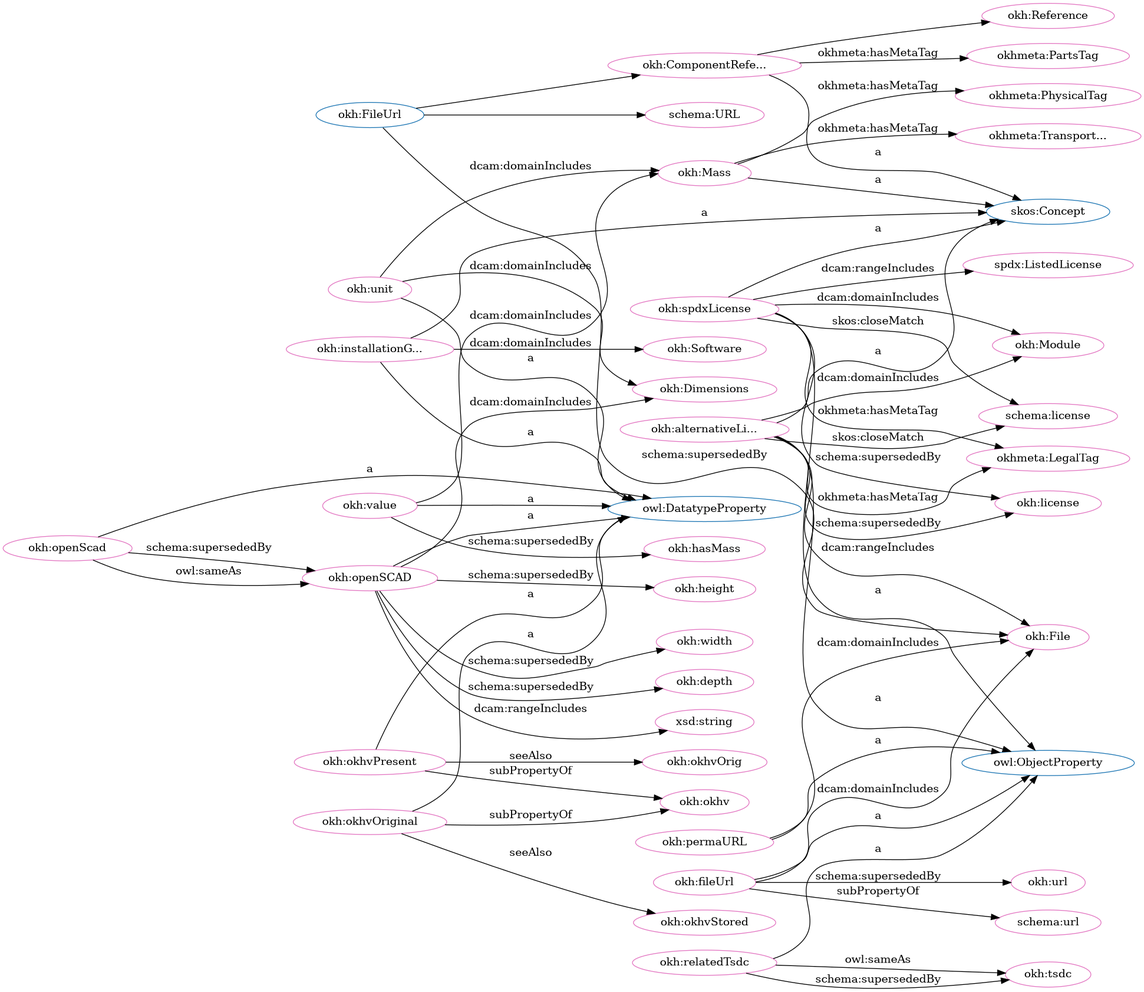
Earlier version of the Graphviz export src/spec/dot_okh_deprecated.png (iop-alliance/OpenKnowHow). Its source is kept beside it as src/spec/dot_okh_deprecated.dot.
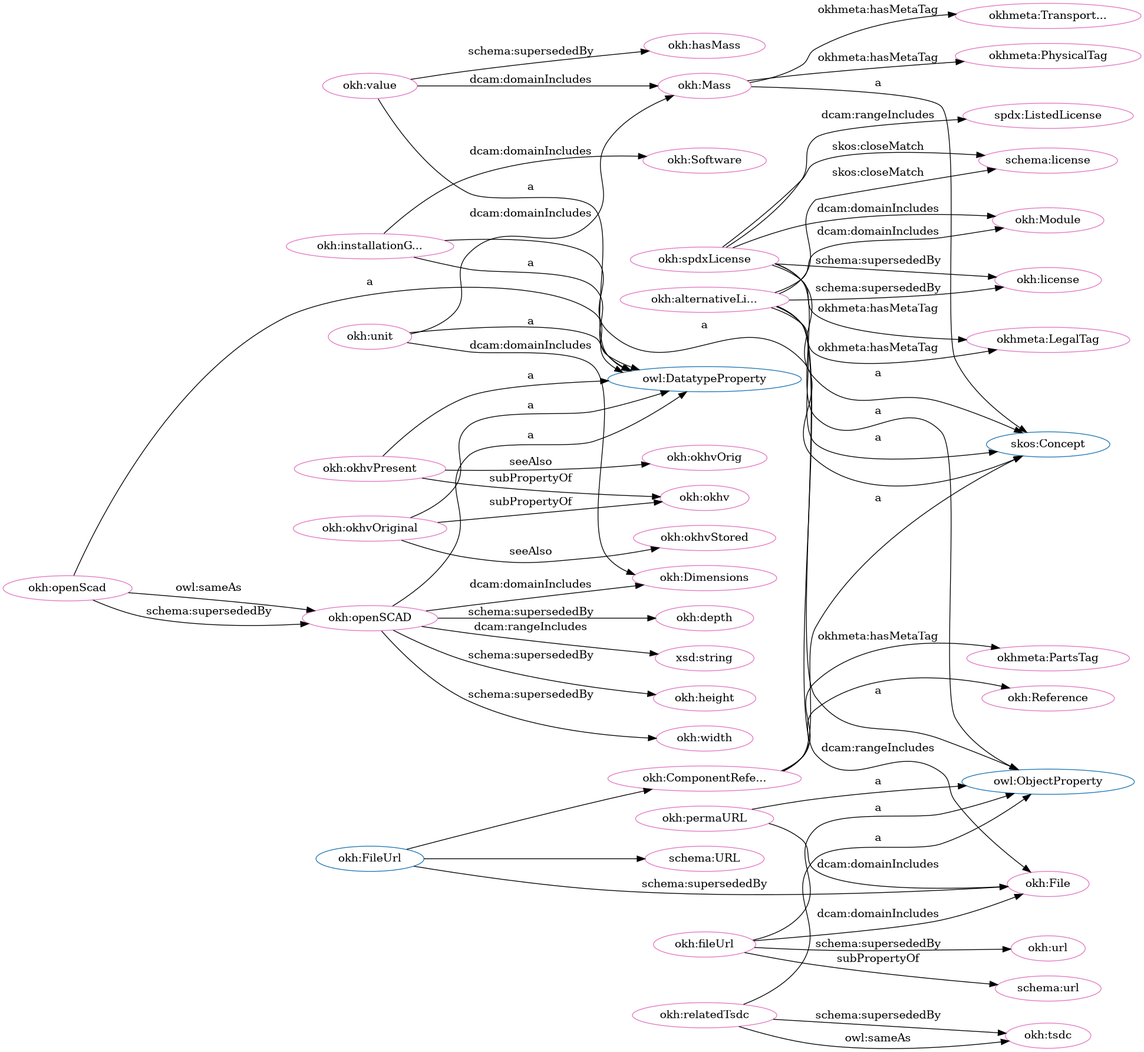
The same diagram one commit later.

What changed in the source:
```diff
@@ -1,106 +1,106 @@
 digraph G {
   rankdir=BT
   node[height=.3]
+"http://w3id.org/oseg/ont/okh#Reference" [fillcolor="#1f77b4" color="#1f77b4" label="okh:Reference"]
+"http://www.w3.org/2002/07/owl#ObjectProperty" [fillcolor="#1f77b4" color="#1f77b4" label="owl:ObjectProperty"]
+"http://schema.org/URL" [fillcolor="#1f77b4" color="#1f77b4" label="schema:URL"]
 "http://w3id.org/oseg/ont/okh#FileUrl" [fillcolor="#1f77b4" color="#1f77b4" label="okh:FileUrl"]
-"http://w3id.org/oseg/ont/okh#Reference" [fillcolor="#1f77b4" color="#1f77b4" label="okh:Reference"]
 "http://w3id.org/oseg/ont/okh#Mass" [fillcolor="#1f77b4" color="#1f77b4" label="okh:Mass"]
+"http://www.w3.org/2004/02/skos/core#Concept" [fillcolor="#1f77b4" color="#1f77b4" label="skos:Concept"]
+"http://www.w3.org/2002/07/owl#DatatypeProperty" [fillcolor="#1f77b4" color="#1f77b4" label="owl:DatatypeProperty"]
 "http://w3id.org/oseg/ont/okh#ComponentReference" [fillcolor="#1f77b4" color="#1f77b4" label="okh:ComponentRefe..."]
-"http://www.w3.org/2004/02/skos/core#Concept" [fillcolor="#1f77b4" color="#1f77b4" label="skos:Concept"]
-"http://schema.org/URL" [fillcolor="#1f77b4" color="#1f77b4" label="schema:URL"]
-"http://www.w3.org/2002/07/owl#ObjectProperty" [fillcolor="#1f77b4" color="#1f77b4" label="owl:ObjectProperty"]
-"http://www.w3.org/2002/07/owl#DatatypeProperty" [fillcolor="#1f77b4" color="#1f77b4" label="owl:DatatypeProperty"]
-"http://w3id.org/oseg/ont/okh#width" [fillcolor="#e377c2" color="#e377c2" label="okh:width"]
-"http://w3id.org/oseg/ont/okh#Mass" [fillcolor="#e377c2" color="#e377c2" label="okh:Mass"]
-"http://w3id.org/oseg/ont/okh#url" [fillcolor="#e377c2" color="#e377c2" label="okh:url"]
+"http://w3id.org/oseg/ont/okh#okhvPresent" [fillcolor="#e377c2" color="#e377c2" label="okh:okhvPresent"]
 "http://w3id.org/oseg/ont/okh#File" [fillcolor="#e377c2" color="#e377c2" label="okh:File"]
-"http://w3id.org/oseg/ont/okh#license" [fillcolor="#e377c2" color="#e377c2" label="okh:license"]
-"http://w3id.org/oseg/ont/okh#unit" [fillcolor="#e377c2" color="#e377c2" label="okh:unit"]
+"http://w3id.org/oseg/ont/okh#openSCAD" [fillcolor="#e377c2" color="#e377c2" label="okh:openSCAD"]
 "http://w3id.org/oseg/ont/okhmetaLegalTag" [fillcolor="#e377c2" color="#e377c2" label="okhmeta:LegalTag"]
 "http://w3id.org/oseg/ont/okh#ComponentReference" [fillcolor="#e377c2" color="#e377c2" label="okh:ComponentRefe..."]
+"http://w3id.org/oseg/ont/okh#Reference" [fillcolor="#e377c2" color="#e377c2" label="okh:Reference"]
+"http://w3id.org/oseg/ont/okh#okhvStored" [fillcolor="#e377c2" color="#e377c2" label="okh:okhvStored"]
+"http://w3id.org/oseg/ont/okh#spdxLicense" [fillcolor="#e377c2" color="#e377c2" label="okh:spdxLicense"]
+"http://w3id.org/oseg/ont/okh#license" [fillcolor="#e377c2" color="#e377c2" label="okh:license"]
+"http://w3id.org/oseg/ont/okh#hasMass" [fillcolor="#e377c2" color="#e377c2" label="okh:hasMass"]
+"http://w3id.org/oseg/ont/okh#okhv" [fillcolor="#e377c2" color="#e377c2" label="okh:okhv"]
+"http://w3id.org/oseg/ont/okh#tsdc" [fillcolor="#e377c2" color="#e377c2" label="okh:tsdc"]
+"http://spdx.org/rdf/terms#ListedLicense" [fillcolor="#e377c2" color="#e377c2" label="spdx:ListedLicense"]
+"http://w3id.org/oseg/ont/okh#openScad" [fillcolor="#e377c2" color="#e377c2" label="okh:openScad"]
+"http://w3id.org/oseg/ont/okhmetaPhysicalTag" [fillcolor="#e377c2" color="#e377c2" label="okhmeta:PhysicalTag"]
+"http://w3id.org/oseg/ont/okh#Mass" [fillcolor="#e377c2" color="#e377c2" label="okh:Mass"]
+"http://w3id.org/oseg/ont/okh#width" [fillcolor="#e377c2" color="#e377c2" label="okh:width"]
+"http://w3id.org/oseg/ont/okh#fileUrl" [fillcolor="#e377c2" color="#e377c2" label="okh:fileUrl"]
+"http://schema.org/url" [fillcolor="#e377c2" color="#e377c2" label="schema:url"]
+"http://w3id.org/oseg/ont/okh#Software" [fillcolor="#e377c2" color="#e377c2" label="okh:Software"]
+"http://w3id.org/oseg/ont/okh#depth" [fillcolor="#e377c2" color="#e377c2" label="okh:depth"]
+"http://w3id.org/oseg/ont/okh#unit" [fillcolor="#e377c2" color="#e377c2" label="okh:unit"]
+"http://schema.org/URL" [fillcolor="#e377c2" color="#e377c2" label="schema:URL"]
+"http://w3id.org/oseg/ont/okhmetaPartsTag" [fillcolor="#e377c2" color="#e377c2" label="okhmeta:PartsTag"]
+"http://w3id.org/oseg/ont/okh#alternativeLicense" [fillcolor="#e377c2" color="#e377c2" label="okh:alternativeLi..."]
+"http://w3id.org/oseg/ont/okhmetaTransportationTag" [fillcolor="#e377c2" color="#e377c2" label="okhmeta:Transport..."]
+"http://w3id.org/oseg/ont/okh#Module" [fillcolor="#e377c2" color="#e377c2" label="okh:Module"]
+"http://w3id.org/oseg/ont/okh#url" [fillcolor="#e377c2" color="#e377c2" label="okh:url"]
+"http://w3id.org/oseg/ont/okh#okhvOriginal" [fillcolor="#e377c2" color="#e377c2" label="okh:okhvOriginal"]
+"http://w3id.org/oseg/ont/okh#permaURL" [fillcolor="#e377c2" color="#e377c2" label="okh:permaURL"]
+"http://w3id.org/oseg/ont/okh#relatedTsdc" [fillcolor="#e377c2" color="#e377c2" label="okh:relatedTsdc"]
+"http://schema.org/license" [fillcolor="#e377c2" color="#e377c2" label="schema:license"]
+"http://w3id.org/oseg/ont/okh#Dimensions" [fillcolor="#e377c2" color="#e377c2" label="okh:Dimensions"]
+"http://w3id.org/oseg/ont/okh#value" [fillcolor="#e377c2" color="#e377c2" label="okh:value"]
 "http://w3id.org/oseg/ont/okh#installationGuide" [fillcolor="#e377c2" color="#e377c2" label="okh:installationG..."]
-"http://w3id.org/oseg/ont/okh#permaURL" [fillcolor="#e377c2" color="#e377c2" label="okh:permaURL"]
-"http://schema.org/URL" [fillcolor="#e377c2" color="#e377c2" label="schema:URL"]
-"http://w3id.org/oseg/ont/okh#okhv" [fillcolor="#e377c2" color="#e377c2" label="okh:okhv"]
-"http://w3id.org/oseg/ont/okh#depth" [fillcolor="#e377c2" color="#e377c2" label="okh:depth"]
-"http://w3id.org/oseg/ont/okh#Module" [fillcolor="#e377c2" color="#e377c2" label="okh:Module"]
-"http://w3id.org/oseg/ont/okh#spdxLicense" [fillcolor="#e377c2" color="#e377c2" label="okh:spdxLicense"]
-"http://schema.org/url" [fillcolor="#e377c2" color="#e377c2" label="schema:url"]
-"http://w3id.org/oseg/ont/okh#openSCAD" [fillcolor="#e377c2" color="#e377c2" label="okh:openSCAD"]
-"http://w3id.org/oseg/ont/okh#value" [fillcolor="#e377c2" color="#e377c2" label="okh:value"]
-"http://spdx.org/rdf/terms#ListedLicense" [fillcolor="#e377c2" color="#e377c2" label="spdx:ListedLicense"]
-"http://w3id.org/oseg/ont/okh#tsdc" [fillcolor="#e377c2" color="#e377c2" label="okh:tsdc"]
-"http://w3id.org/oseg/ont/okh#Software" [fillcolor="#e377c2" color="#e377c2" label="okh:Software"]
-"http://w3id.org/oseg/ont/okhmetaPhysicalTag" [fillcolor="#e377c2" color="#e377c2" label="okhmeta:PhysicalTag"]
-"http://w3id.org/oseg/ont/okh#Reference" [fillcolor="#e377c2" color="#e377c2" label="okh:Reference"]
+"http://w3id.org/oseg/ont/okh#height" [fillcolor="#e377c2" color="#e377c2" label="okh:height"]
+"http://www.w3.org/2001/XMLSchema#string" [fillcolor="#e377c2" color="#e377c2" label="xsd:string"]
 "http://w3id.org/oseg/ont/okh#okhvOrig" [fillcolor="#e377c2" color="#e377c2" label="okh:okhvOrig"]
-"http://w3id.org/oseg/ont/okh#relatedTsdc" [fillcolor="#e377c2" color="#e377c2" label="okh:relatedTsdc"]
-"http://www.w3.org/2001/XMLSchema#string" [fillcolor="#e377c2" color="#e377c2" label="xsd:string"]
-"http://w3id.org/oseg/ont/okh#hasMass" [fillcolor="#e377c2" color="#e377c2" label="okh:hasMass"]
-"http://w3id.org/oseg/ont/okh#fileUrl" [fillcolor="#e377c2" color="#e377c2" label="okh:fileUrl"]
-"http://w3id.org/oseg/ont/okh#Dimensions" [fillcolor="#e377c2" color="#e377c2" label="okh:Dimensions"]
-"http://w3id.org/oseg/ont/okh#alternativeLicense" [fillcolor="#e377c2" color="#e377c2" label="okh:alternativeLi..."]
-"http://w3id.org/oseg/ont/okh#openScad" [fillcolor="#e377c2" color="#e377c2" label="okh:openScad"]
-"http://w3id.org/oseg/ont/okh#okhvStored" [fillcolor="#e377c2" color="#e377c2" label="okh:okhvStored"]
-"http://w3id.org/oseg/ont/okhmetaPartsTag" [fillcolor="#e377c2" color="#e377c2" label="okhmeta:PartsTag"]
-"http://w3id.org/oseg/ont/okh#okhvOriginal" [fillcolor="#e377c2" color="#e377c2" label="okh:okhvOriginal"]
-"http://schema.org/license" [fillcolor="#e377c2" color="#e377c2" label="schema:license"]
-"http://w3id.org/oseg/ont/okh#okhvPresent" [fillcolor="#e377c2" color="#e377c2" label="okh:okhvPresent"]
-"http://w3id.org/oseg/ont/okhmetaTransportationTag" [fillcolor="#e377c2" color="#e377c2" label="okhmeta:Transport..."]
-"http://w3id.org/oseg/ont/okh#height" [fillcolor="#e377c2" color="#e377c2" label="okh:height"]
+  "http://w3id.org/oseg/ont/okh#okhvPresent" -> "http://www.w3.org/2002/07/owl#DatatypeProperty" [label="a"]
+  "http://w3id.org/oseg/ont/okh#alternativeLicense" -> "http://w3id.org/oseg/ont/okh#File" [label="dcam:rangeIncludes"]
+  "http://w3id.org/oseg/ont/okh#openScad" -> "http://w3id.org/oseg/ont/okh#openSCAD" [label="schema:supersededBy"]
+  "http://w3id.org/oseg/ont/okh#alternativeLicense" -> "http://w3id.org/oseg/ont/okhmetaLegalTag" [label="okhmeta:hasMetaTag"]
+  "http://w3id.org/oseg/ont/okh#ComponentReference" -> "http://www.w3.org/2004/02/skos/core#Concept" [label="a"]
+  "http://w3id.org/oseg/ont/okh#ComponentReference" -> "http://w3id.org/oseg/ont/okh#Reference" [label=""]
+  "http://w3id.org/oseg/ont/okh#okhvOriginal" -> "http://w3id.org/oseg/ont/okh#okhvStored" [label="seeAlso"]
+  "http://w3id.org/oseg/ont/okh#spdxLicense" -> "http://www.w3.org/2002/07/owl#ObjectProperty" [label="a"]
+  "http://w3id.org/oseg/ont/okh#spdxLicense" -> "http://w3id.org/oseg/ont/okh#license" [label="schema:supersededBy"]
+  "http://w3id.org/oseg/ont/okh#value" -> "http://w3id.org/oseg/ont/okh#hasMass" [label="schema:supersededBy"]
+  "http://w3id.org/oseg/ont/okh#okhvOriginal" -> "http://w3id.org/oseg/ont/okh#okhv" [label="subPropertyOf"]
+  "http://w3id.org/oseg/ont/okh#relatedTsdc" -> "http://w3id.org/oseg/ont/okh#tsdc" [label="owl:sameAs"]
+  "http://w3id.org/oseg/ont/okh#spdxLicense" -> "http://spdx.org/rdf/terms#ListedLicense" [label="dcam:rangeIncludes"]
+  "http://w3id.org/oseg/ont/okh#openScad" -> "http://www.w3.org/2002/07/owl#DatatypeProperty" [label="a"]
+  "http://w3id.org/oseg/ont/okh#Mass" -> "http://w3id.org/oseg/ont/okhmetaPhysicalTag" [label="okhmeta:hasMetaTag"]
+  "http://w3id.org/oseg/ont/okh#value" -> "http://w3id.org/oseg/ont/okh#Mass" [label="dcam:domainIncludes"]
   "http://w3id.org/oseg/ont/okh#openSCAD" -> "http://w3id.org/oseg/ont/okh#width" [label="schema:supersededBy"]
+  "http://w3id.org/oseg/ont/okh#spdxLicense" -> "http://www.w3.org/2004/02/skos/core#Concept" [label="a"]
+  "http://w3id.org/oseg/ont/okh#fileUrl" -> "http://www.w3.org/2002/07/owl#ObjectProperty" [label="a"]
+  "http://w3id.org/oseg/ont/okh#fileUrl" -> "http://schema.org/url" [label="subPropertyOf"]
+  "http://w3id.org/oseg/ont/okh#installationGuide" -> "http://w3id.org/oseg/ont/okh#Software" [label="dcam:domainIncludes"]
+  "http://w3id.org/oseg/ont/okh#openSCAD" -> "http://w3id.org/oseg/ont/okh#depth" [label="schema:supersededBy"]
+  "http://w3id.org/oseg/ont/okh#Mass" -> "http://www.w3.org/2004/02/skos/core#Concept" [label="a"]
+  "http://w3id.org/oseg/ont/okh#permaURL" -> "http://w3id.org/oseg/ont/okh#File" [label="dcam:domainIncludes"]
+  "http://w3id.org/oseg/ont/okh#unit" -> "http://www.w3.org/2002/07/owl#DatatypeProperty" [label="a"]
+  "http://w3id.org/oseg/ont/okh#okhvPresent" -> "http://w3id.org/oseg/ont/okh#okhv" [label="subPropertyOf"]
+  "http://w3id.org/oseg/ont/okh#FileUrl" -> "http://schema.org/URL" [label=""]
+  "http://w3id.org/oseg/ont/okh#relatedTsdc" -> "http://w3id.org/oseg/ont/okh#tsdc" [label="schema:supersededBy"]
+  "http://w3id.org/oseg/ont/okh#ComponentReference" -> "http://w3id.org/oseg/ont/okhmetaPartsTag" [label="okhmeta:hasMetaTag"]
+  "http://w3id.org/oseg/ont/okh#alternativeLicense" -> "http://www.w3.org/2002/07/owl#ObjectProperty" [label="a"]
+  "http://w3id.org/oseg/ont/okh#fileUrl" -> "http://w3id.org/oseg/ont/okh#File" [label="dcam:domainIncludes"]
+  "http://w3id.org/oseg/ont/okh#alternativeLicense" -> "http://w3id.org/oseg/ont/okh#license" [label="schema:supersededBy"]
+  "http://w3id.org/oseg/ont/okh#Mass" -> "http://w3id.org/oseg/ont/okhmetaTransportationTag" [label="okhmeta:hasMetaTag"]
+  "http://w3id.org/oseg/ont/okh#spdxLicense" -> "http://w3id.org/oseg/ont/okh#Module" [label="dcam:domainIncludes"]
   "http://w3id.org/oseg/ont/okh#fileUrl" -> "http://w3id.org/oseg/ont/okh#url" [label="schema:supersededBy"]
+  "http://w3id.org/oseg/ont/okh#okhvOriginal" -> "http://www.w3.org/2002/07/owl#DatatypeProperty" [label="a"]
+  "http://w3id.org/oseg/ont/okh#openScad" -> "http://w3id.org/oseg/ont/okh#openSCAD" [label="owl:sameAs"]
+  "http://w3id.org/oseg/ont/okh#alternativeLicense" -> "http://www.w3.org/2004/02/skos/core#Concept" [label="a"]
+  "http://w3id.org/oseg/ont/okh#permaURL" -> "http://www.w3.org/2002/07/owl#ObjectProperty" [label="a"]
   "http://w3id.org/oseg/ont/okh#unit" -> "http://w3id.org/oseg/ont/okh#Mass" [label="dcam:domainIncludes"]
+  "http://w3id.org/oseg/ont/okh#openSCAD" -> "http://www.w3.org/2002/07/owl#DatatypeProperty" [label="a"]
+  "http://w3id.org/oseg/ont/okh#relatedTsdc" -> "http://www.w3.org/2002/07/owl#ObjectProperty" [label="a"]
+  "http://w3id.org/oseg/ont/okh#spdxLicense" -> "http://schema.org/license" [label="skos:closeMatch"]
+  "http://w3id.org/oseg/ont/okh#openSCAD" -> "http://w3id.org/oseg/ont/okh#Dimensions" [label="dcam:domainIncludes"]
+  "http://w3id.org/oseg/ont/okh#unit" -> "http://w3id.org/oseg/ont/okh#Dimensions" [label="dcam:domainIncludes"]
+  "http://w3id.org/oseg/ont/okh#value" -> "http://www.w3.org/2002/07/owl#DatatypeProperty" [label="a"]
+  "http://w3id.org/oseg/ont/okh#FileUrl" -> "http://w3id.org/oseg/ont/okh#ComponentReference" [label=""]
+  "http://w3id.org/oseg/ont/okh#spdxLicense" -> "http://w3id.org/oseg/ont/okhmetaLegalTag" [label="okhmeta:hasMetaTag"]
+  "http://w3id.org/oseg/ont/okh#installationGuide" -> "http://www.w3.org/2002/07/owl#DatatypeProperty" [label="a"]
+  "http://w3id.org/oseg/ont/okh#installationGuide" -> "http://www.w3.org/2004/02/skos/core#Concept" [label="a"]
   "http://w3id.org/oseg/ont/okh#FileUrl" -> "http://w3id.org/oseg/ont/okh#File" [label="schema:supersededBy"]
-  "http://w3id.org/oseg/ont/okh#alternativeLicense" -> "http://w3id.org/oseg/ont/okh#license" [label="schema:supersededBy"]
-  "http://w3id.org/oseg/ont/okh#unit" -> "http://www.w3.org/2002/07/owl#DatatypeProperty" [label="a"]
-  "http://w3id.org/oseg/ont/okh#alternativeLicense" -> "http://w3id.org/oseg/ont/okh#File" [label="dcam:rangeIncludes"]
-  "http://w3id.org/oseg/ont/okh#alternativeLicense" -> "http://w3id.org/oseg/ont/okhmetaLegalTag" [label="okhmeta:hasMetaTag"]
-  "http://w3id.org/oseg/ont/okh#fileUrl" -> "http://w3id.org/oseg/ont/okh#File" [label="dcam:domainIncludes"]
-  "http://w3id.org/oseg/ont/okh#ComponentReference" -> "http://www.w3.org/2004/02/skos/core#Concept" [label="a"]
-  "http://w3id.org/oseg/ont/okh#installationGuide" -> "http://www.w3.org/2002/07/owl#DatatypeProperty" [label="a"]
-  "http://w3id.org/oseg/ont/okh#permaURL" -> "http://www.w3.org/2002/07/owl#ObjectProperty" [label="a"]
-  "http://w3id.org/oseg/ont/okh#FileUrl" -> "http://schema.org/URL" [label=""]
-  "http://w3id.org/oseg/ont/okh#okhvPresent" -> "http://w3id.org/oseg/ont/okh#okhv" [label="subPropertyOf"]
-  "http://w3id.org/oseg/ont/okh#openSCAD" -> "http://w3id.org/oseg/ont/okh#depth" [label="schema:supersededBy"]
-  "http://w3id.org/oseg/ont/okh#spdxLicense" -> "http://w3id.org/oseg/ont/okh#Module" [label="dcam:domainIncludes"]
-  "http://w3id.org/oseg/ont/okh#spdxLicense" -> "http://www.w3.org/2004/02/skos/core#Concept" [label="a"]
-  "http://w3id.org/oseg/ont/okh#fileUrl" -> "http://schema.org/url" [label="subPropertyOf"]
-  "http://w3id.org/oseg/ont/okh#spdxLicense" -> "http://w3id.org/oseg/ont/okhmetaLegalTag" [label="okhmeta:hasMetaTag"]
-  "http://w3id.org/oseg/ont/okh#okhvOriginal" -> "http://w3id.org/oseg/ont/okh#okhv" [label="subPropertyOf"]
-  "http://w3id.org/oseg/ont/okh#spdxLicense" -> "http://www.w3.org/2002/07/owl#ObjectProperty" [label="a"]
-  "http://w3id.org/oseg/ont/okh#openScad" -> "http://w3id.org/oseg/ont/okh#openSCAD" [label="owl:sameAs"]
-  "http://w3id.org/oseg/ont/okh#value" -> "http://www.w3.org/2002/07/owl#DatatypeProperty" [label="a"]
-  "http://w3id.org/oseg/ont/okh#spdxLicense" -> "http://spdx.org/rdf/terms#ListedLicense" [label="dcam:rangeIncludes"]
-  "http://w3id.org/oseg/ont/okh#relatedTsdc" -> "http://w3id.org/oseg/ont/okh#tsdc" [label="owl:sameAs"]
-  "http://w3id.org/oseg/ont/okh#installationGuide" -> "http://w3id.org/oseg/ont/okh#Software" [label="dcam:domainIncludes"]
-  "http://w3id.org/oseg/ont/okh#relatedTsdc" -> "http://w3id.org/oseg/ont/okh#tsdc" [label="schema:supersededBy"]
-  "http://w3id.org/oseg/ont/okh#Mass" -> "http://w3id.org/oseg/ont/okhmetaPhysicalTag" [label="okhmeta:hasMetaTag"]
-  "http://w3id.org/oseg/ont/okh#spdxLicense" -> "http://w3id.org/oseg/ont/okh#license" [label="schema:supersededBy"]
-  "http://w3id.org/oseg/ont/okh#FileUrl" -> "http://w3id.org/oseg/ont/okh#ComponentReference" [label=""]
-  "http://w3id.org/oseg/ont/okh#ComponentReference" -> "http://w3id.org/oseg/ont/okh#Reference" [label=""]
+  "http://w3id.org/oseg/ont/okh#alternativeLicense" -> "http://w3id.org/oseg/ont/okh#Module" [label="dcam:domainIncludes"]
+  "http://w3id.org/oseg/ont/okh#openSCAD" -> "http://w3id.org/oseg/ont/okh#height" [label="schema:supersededBy"]
+  "http://w3id.org/oseg/ont/okh#alternativeLicense" -> "http://schema.org/license" [label="skos:closeMatch"]
+  "http://w3id.org/oseg/ont/okh#openSCAD" -> "http://www.w3.org/2001/XMLSchema#string" [label="dcam:rangeIncludes"]
   "http://w3id.org/oseg/ont/okh#okhvPresent" -> "http://w3id.org/oseg/ont/okh#okhvOrig" [label="seeAlso"]
-  "http://w3id.org/oseg/ont/okh#Mass" -> "http://www.w3.org/2004/02/skos/core#Concept" [label="a"]
-  "http://w3id.org/oseg/ont/okh#relatedTsdc" -> "http://www.w3.org/2002/07/owl#ObjectProperty" [label="a"]
-  "http://w3id.org/oseg/ont/okh#openSCAD" -> "http://www.w3.org/2001/XMLSchema#string" [label="dcam:rangeIncludes"]
-  "http://w3id.org/oseg/ont/okh#fileUrl" -> "http://www.w3.org/2002/07/owl#ObjectProperty" [label="a"]
-  "http://w3id.org/oseg/ont/okh#value" -> "http://w3id.org/oseg/ont/okh#hasMass" [label="schema:supersededBy"]
-  "http://w3id.org/oseg/ont/okh#openSCAD" -> "http://w3id.org/oseg/ont/okh#Dimensions" [label="dcam:domainIncludes"]
-  "http://w3id.org/oseg/ont/okh#alternativeLicense" -> "http://www.w3.org/2002/07/owl#ObjectProperty" [label="a"]
-  "http://w3id.org/oseg/ont/okh#openScad" -> "http://www.w3.org/2002/07/owl#DatatypeProperty" [label="a"]
-  "http://w3id.org/oseg/ont/okh#okhvOriginal" -> "http://w3id.org/oseg/ont/okh#okhvStored" [label="seeAlso"]
-  "http://w3id.org/oseg/ont/okh#value" -> "http://w3id.org/oseg/ont/okh#Mass" [label="dcam:domainIncludes"]
-  "http://w3id.org/oseg/ont/okh#openScad" -> "http://w3id.org/oseg/ont/okh#openSCAD" [label="schema:supersededBy"]
-  "http://w3id.org/oseg/ont/okh#ComponentReference" -> "http://w3id.org/oseg/ont/okhmetaPartsTag" [label="okhmeta:hasMetaTag"]
-  "http://w3id.org/oseg/ont/okh#okhvOriginal" -> "http://www.w3.org/2002/07/owl#DatatypeProperty" [label="a"]
-  "http://w3id.org/oseg/ont/okh#permaURL" -> "http://w3id.org/oseg/ont/okh#File" [label="dcam:domainIncludes"]
-  "http://w3id.org/oseg/ont/okh#alternativeLicense" -> "http://www.w3.org/2004/02/skos/core#Concept" [label="a"]
-  "http://w3id.org/oseg/ont/okh#alternativeLicense" -> "http://w3id.org/oseg/ont/okh#Module" [label="dcam:domainIncludes"]
-  "http://w3id.org/oseg/ont/okh#spdxLicense" -> "http://schema.org/license" [label="skos:closeMatch"]
-  "http://w3id.org/oseg/ont/okh#openSCAD" -> "http://www.w3.org/2002/07/owl#DatatypeProperty" [label="a"]
-  "http://w3id.org/oseg/ont/okh#alternativeLicense" -> "http://schema.org/license" [label="skos:closeMatch"]
-  "http://w3id.org/oseg/ont/okh#unit" -> "http://w3id.org/oseg/ont/okh#Dimensions" [label="dcam:domainIncludes"]
-  "http://w3id.org/oseg/ont/okh#installationGuide" -> "http://www.w3.org/2004/02/skos/core#Concept" [label="a"]
-  "http://w3id.org/oseg/ont/okh#okhvPresent" -> "http://www.w3.org/2002/07/owl#DatatypeProperty" [label="a"]
-  "http://w3id.org/oseg/ont/okh#Mass" -> "http://w3id.org/oseg/ont/okhmetaTransportationTag" [label="okhmeta:hasMetaTag"]
-  "http://w3id.org/oseg/ont/okh#openSCAD" -> "http://w3id.org/oseg/ont/okh#height" [label="schema:supersededBy"]
 }
```
